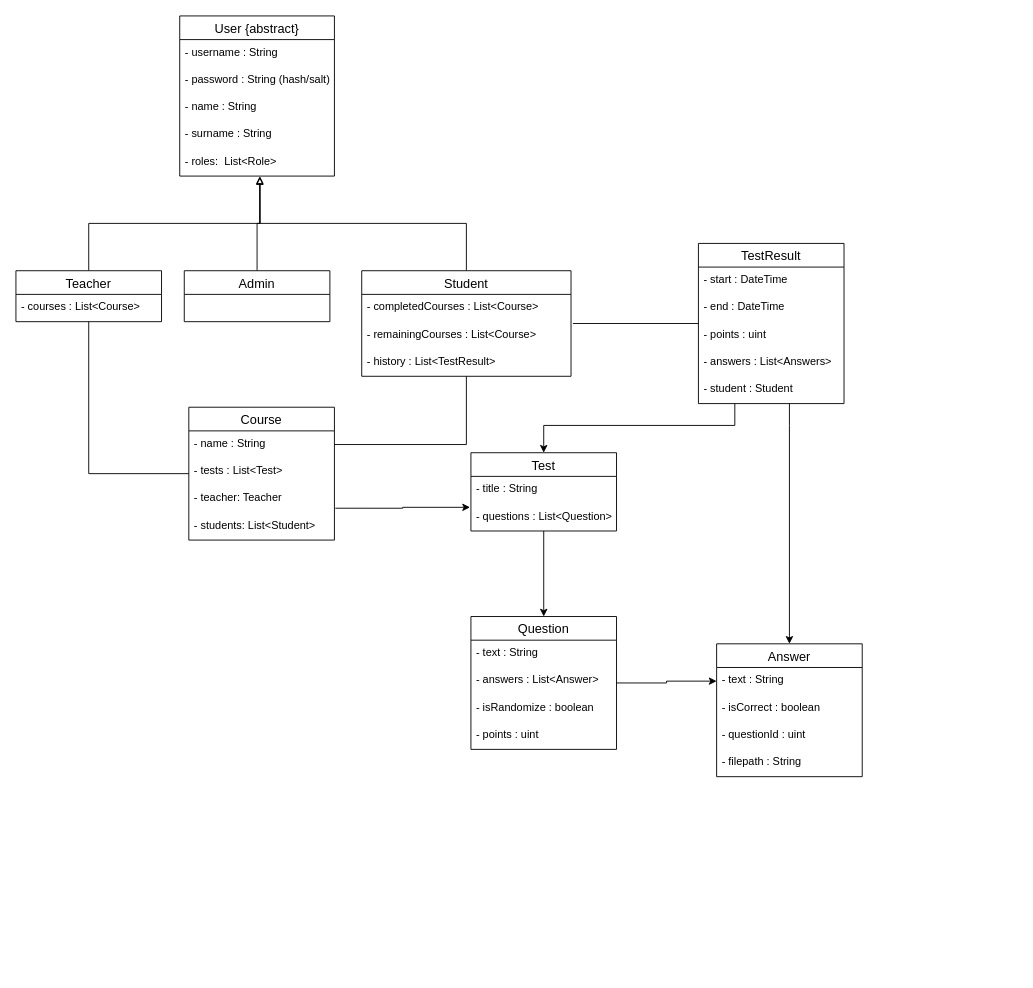
Before: diagrams/ClassDiagram.drawio in Marieta3/e-obrazovanje, a draw.io diagram. Source tidied: cells renumbered, new cells numbered last; positions are measured from the earlier drawing's top-left corner, leaving out a move shared by most shapes. Both pictures are drawn from the tidied source at 91%, with x=0, y=0 at pixel (15, 15).
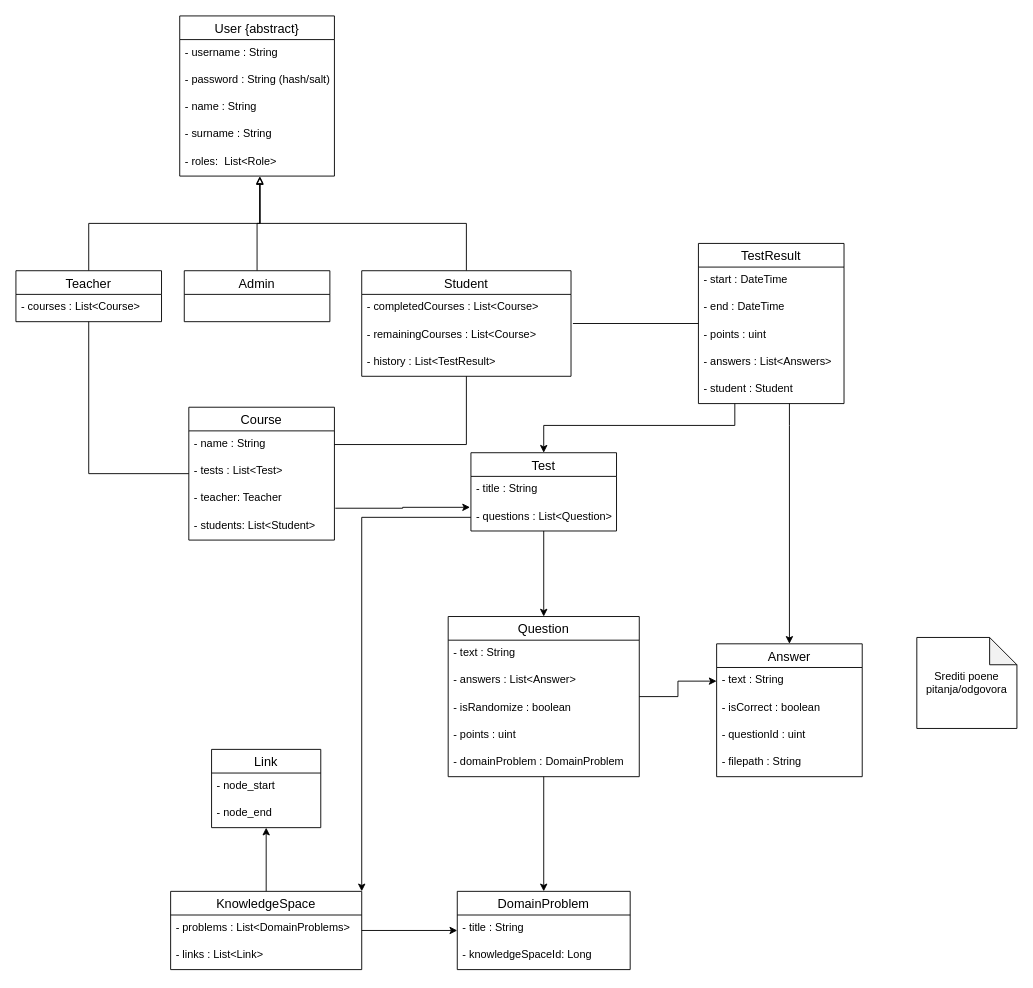
The same diagram, later.

Commit message:
Knowledge space inserted in ClassDiagram.drawio

The change refers to these unchanged cells:
```xml
<mxCell id="18" value="- questions : List&lt;Question&gt;" style="text;strokeColor=none;fillColor=none;spacingLeft=4;spacingRight=4;overflow=hidden;points=[[0,0.5],[1,0.5]];portConstraint=eastwest;fontSize=12;" parent="16" vertex="1">
  <mxGeometry y="56" width="160" height="30" as="geometry" />
</mxCell>
```

What changed in the source:
```diff
@@
+    <mxCell id="50" style="edgeStyle=orthogonalEdgeStyle;rounded=0;jettySize=auto;html=1;" parent="1" edge="1" source="31" target="58">
+      <mxGeometry relative="1" as="geometry" />
+    </mxCell>
     <mxCell id="31" value="Question" style="swimlane;fontStyle=0;horizontal=1;startSize=26;align=center;fontSize=14;" parent="1" vertex="1">
-      <mxGeometry x="500" y="660" width="160" height="146" as="geometry" />
+      <mxGeometry x="475" y="660" width="210" height="176" as="geometry" />
     </mxCell>
     <mxCell id="32" value="- text : String" style="text;strokeColor=none;fillColor=none;spacingLeft=4;spacingRight=4;overflow=hidden;fontSize=12;" parent="31" vertex="1">
-      <mxGeometry y="26" width="160" height="30" as="geometry" />
+      <mxGeometry y="26" width="210" height="30" as="geometry" />
     </mxCell>
     <mxCell id="33" value="- answers : List&lt;Answer&gt;" style="text;strokeColor=none;fillColor=none;spacingLeft=4;spacingRight=4;overflow=hidden;fontSize=12;" parent="31" vertex="1">
-      <mxGeometry y="56" width="160" height="30" as="geometry" />
+      <mxGeometry y="56" width="210" height="30" as="geometry" />
     </mxCell>
     <mxCell id="34" value="- isRandomize : boolean" style="text;strokeColor=none;fillColor=none;spacingLeft=4;spacingRight=4;overflow=hidden;fontSize=12;" parent="31" vertex="1">
-      <mxGeometry y="86" width="160" height="30" as="geometry" />
+      <mxGeometry y="86" width="210" height="30" as="geometry" />
     </mxCell>
     <mxCell id="35" value="- points : uint" style="text;strokeColor=none;fillColor=none;spacingLeft=4;spacingRight=4;overflow=hidden;fontSize=12;" parent="31" vertex="1">
-      <mxGeometry y="116" width="160" height="30" as="geometry" />
+      <mxGeometry y="116" width="210" height="30" as="geometry" />
     </mxCell>
+    <mxCell id="51" value="- domainProblem : DomainProblem" style="text;strokeColor=none;fillColor=none;spacingLeft=4;spacingRight=4;overflow=hidden;fontSize=12;" parent="31" vertex="1">
+      <mxGeometry y="146" width="210" height="30" as="geometry" />
+    </mxCell>
@@
+    <mxCell id="52" value="Srediti poene pitanja/odgovora" style="shape=note;whiteSpace=wrap;html=1;backgroundOutline=1;darkOpacity=0.05;" parent="1" vertex="1">
+      <mxGeometry x="990" y="683" width="110" height="100" as="geometry" />
+    </mxCell>
+    <mxCell id="53" style="edgeStyle=orthogonalEdgeStyle;rounded=0;jettySize=auto;html=1;entryX=0;entryY=0.5;entryDx=0;entryDy=0;" parent="1" edge="1" source="55" target="58">
+      <mxGeometry relative="1" as="geometry" />
+    </mxCell>
+    <mxCell id="54" style="edgeStyle=orthogonalEdgeStyle;rounded=0;jettySize=auto;html=1;entryX=0.5;entryY=1;entryDx=0;entryDy=0;" parent="1" edge="1" source="55" target="61">
+      <mxGeometry relative="1" as="geometry" />
+    </mxCell>
+    <mxCell id="55" value="KnowledgeSpace" style="swimlane;fontStyle=0;horizontal=1;startSize=26;align=center;fontSize=14;" parent="1" vertex="1">
+      <mxGeometry x="170" y="962" width="210" height="86" as="geometry" />
+    </mxCell>
+    <mxCell id="56" value="- problems : List&lt;DomainProblems&gt;" style="text;strokeColor=none;fillColor=none;spacingLeft=4;spacingRight=4;overflow=hidden;fontSize=12;" parent="55" vertex="1">
+      <mxGeometry y="26" width="210" height="30" as="geometry" />
+    </mxCell>
+    <mxCell id="57" value="- links : List&lt;Link&gt;" style="text;strokeColor=none;fillColor=none;spacingLeft=4;spacingRight=4;overflow=hidden;fontSize=12;" parent="55" vertex="1">
+      <mxGeometry y="56" width="210" height="30" as="geometry" />
+    </mxCell>
+    <mxCell id="58" value="DomainProblem" style="swimlane;fontStyle=0;horizontal=1;startSize=26;align=center;fontSize=14;" parent="1" vertex="1">
+      <mxGeometry x="485" y="962" width="190" height="86" as="geometry" />
+    </mxCell>
+    <mxCell id="59" value="- title : String" style="text;strokeColor=none;fillColor=none;spacingLeft=4;spacingRight=4;overflow=hidden;fontSize=12;" parent="58" vertex="1">
+      <mxGeometry y="26" width="190" height="30" as="geometry" />
+    </mxCell>
+    <mxCell id="60" value="- knowledgeSpaceId: Long" style="text;strokeColor=none;fillColor=none;spacingLeft=4;spacingRight=4;overflow=hidden;fontSize=12;" parent="58" vertex="1">
+      <mxGeometry y="56" width="190" height="30" as="geometry" />
+    </mxCell>
+    <mxCell id="61" value="Link" style="swimlane;fontStyle=0;horizontal=1;startSize=26;align=center;fontSize=14;" parent="1" vertex="1">
+      <mxGeometry x="215" y="806" width="120" height="86" as="geometry" />
+    </mxCell>
+    <mxCell id="62" value="- node_start" style="text;strokeColor=none;fillColor=none;spacingLeft=4;spacingRight=4;overflow=hidden;fontSize=12;" parent="61" vertex="1">
+      <mxGeometry y="26" width="120" height="30" as="geometry" />
+    </mxCell>
+    <mxCell id="63" value="- node_end" style="text;strokeColor=none;fillColor=none;spacingLeft=4;spacingRight=4;overflow=hidden;fontSize=12;" parent="61" vertex="1">
+      <mxGeometry y="56" width="120" height="30" as="geometry" />
+    </mxCell>
+    <mxCell id="64" style="edgeStyle=orthogonalEdgeStyle;rounded=0;jettySize=auto;html=1;entryX=1;entryY=0;entryDx=0;entryDy=0;exitX=0;exitY=0.5;exitDx=0;exitDy=0;" parent="1" edge="1" source="18" target="55">
+      <mxGeometry relative="1" as="geometry">
+        <Array as="points">
+          <mxPoint x="380" y="551" />
+        </Array>
+      </mxGeometry>
+    </mxCell>
```
